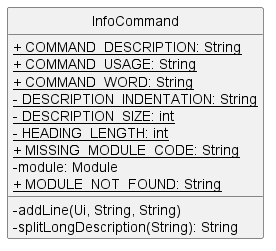
nus-cs2113-AY2223S1/tp keeps this PlantUML diagram as docs/images/InfoCommandClass.png. Above is the earlier version.
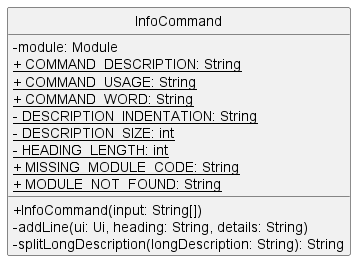
After the change.

Change to the diagram source:
```diff
@@ -3,6 +3,7 @@
 skinparam classAttributeIconSize 0
 
 class InfoCommand {
+    - module: Module
     <u>+ COMMAND_DESCRIPTION: String
     <u>+ COMMAND_USAGE: String
     <u>+ COMMAND_WORD: String
@@ -10,11 +11,11 @@
     <u>- DESCRIPTION_SIZE: int
     <u>- HEADING_LENGTH: int
     <u>+ MISSING_MODULE_CODE: String
-    - module: Module
     <u>+ MODULE_NOT_FOUND: String
 
-    - addLine(Ui, String, String)
-    - splitLongDescription(String): String
+    + InfoCommand(input: String[])
+    - addLine(ui: Ui, heading: String, details: String)
+    - splitLongDescription(longDescription: String): String
 }
 
 @enduml
```
